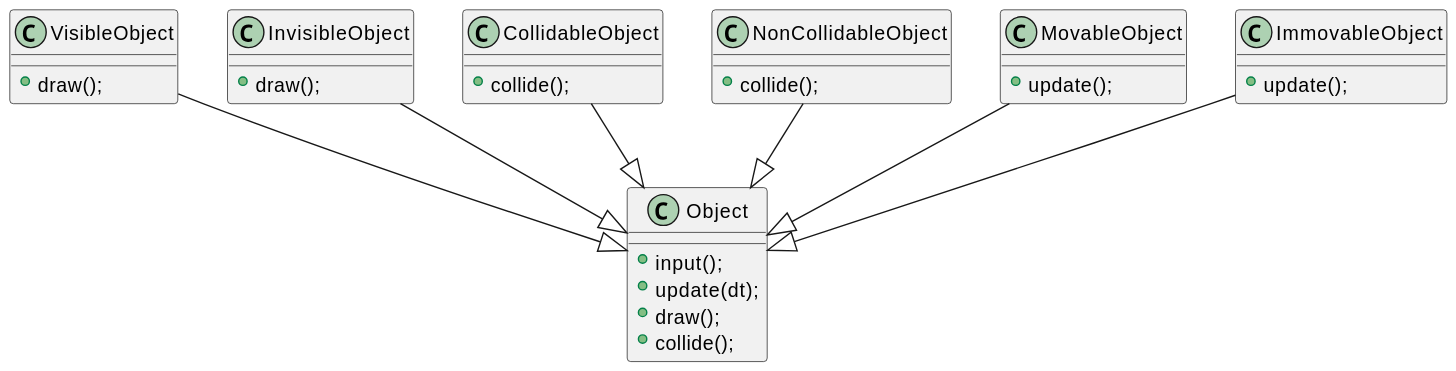
Above: images/computer_science/compo_inheritance_1.svg in 2DGD-F0TH/2DGD_F0TH (PlantUML), before the change.
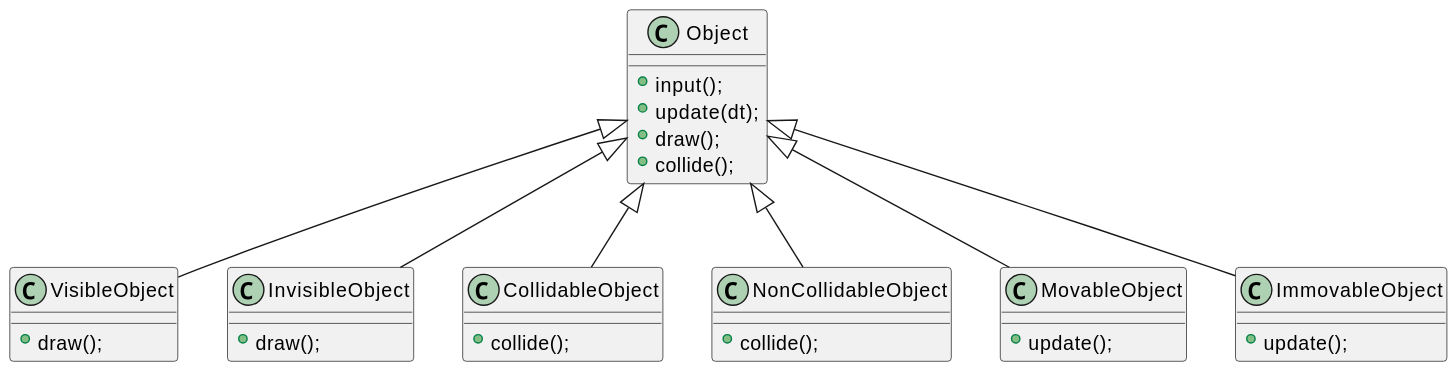
After the change.

The edit, as a diff of the source:
```diff
@@ -30,10 +30,10 @@
     +update();
 }
 
-VisibleObject --|> Object
-InvisibleObject --|> Object
-CollidableObject --|> Object
-NonCollidableObject --|> Object
-MovableObject --|> Object
-ImmovableObject --|> Object
+VisibleObject -up-|> Object
+InvisibleObject -up-|> Object
+CollidableObject -up-|> Object
+NonCollidableObject -up-|> Object
+MovableObject -up-|> Object
+ImmovableObject -up-|> Object
 @enduml
```
